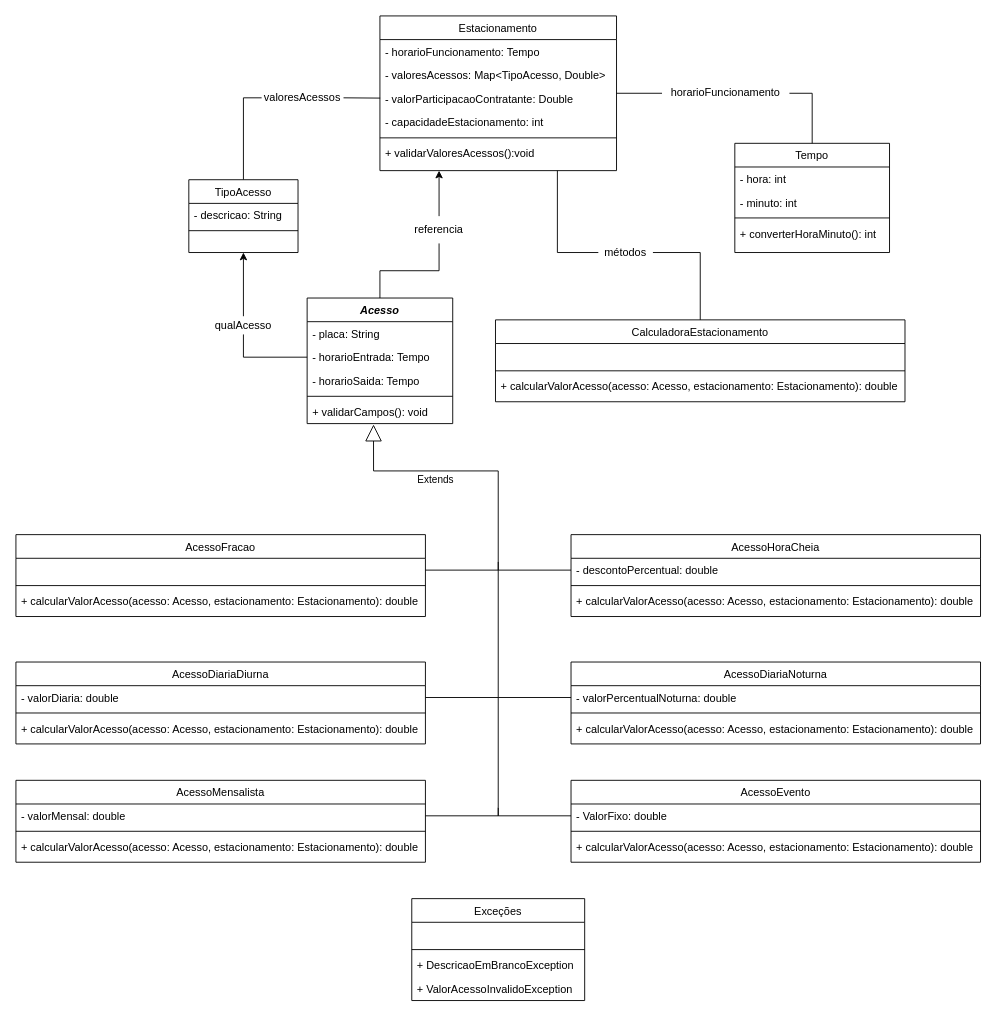
The draw.io diagram Untitled Diagram.drawio in rodwendrel/orientacao-objetos, before the edit. Source tidied: cells renumbered, new cells numbered last; positions are measured from the earlier drawing's top-left corner, leaving out a move shared by most shapes. Both pictures are drawn from the tidied source at 91%, with x=0, y=0 at pixel (15, 15).
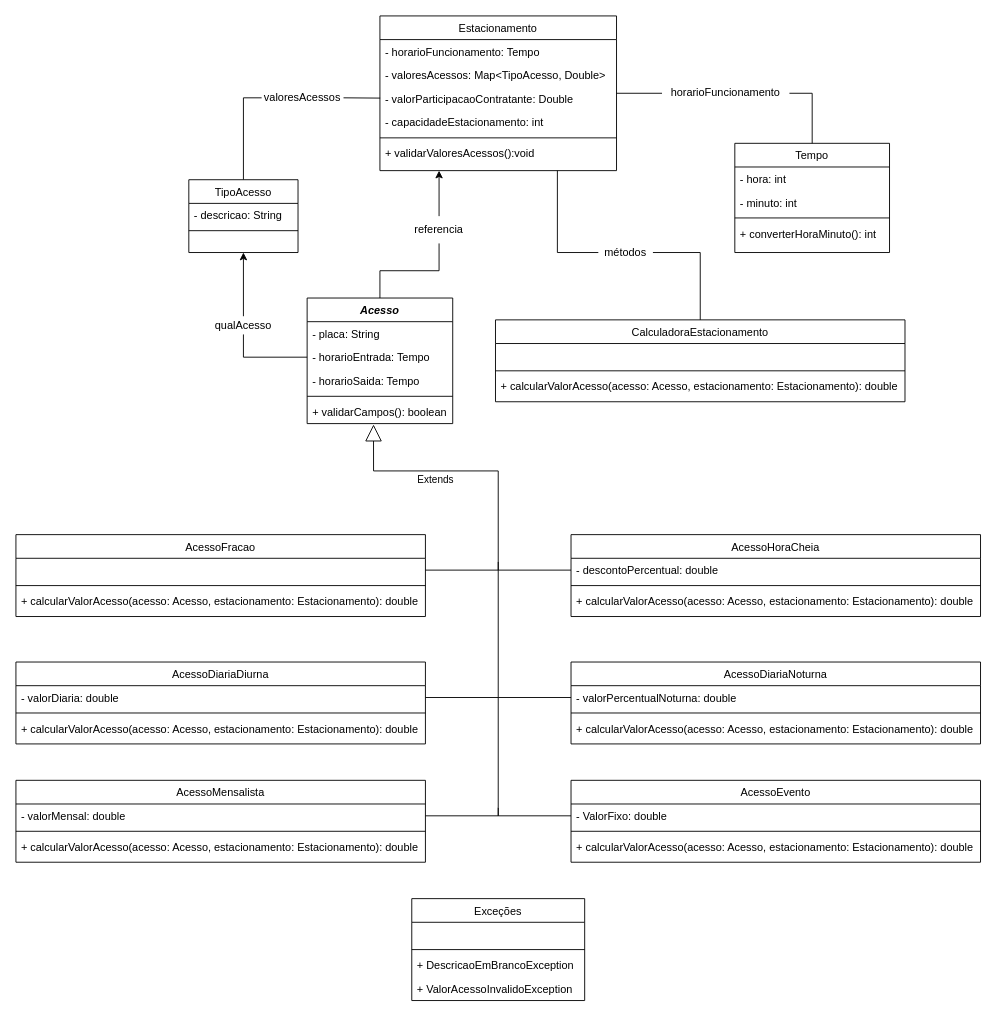
The same page after the edit.

Unchanged cells that the change refers to:
```xml
<mxCell id="9" value="Acesso" style="swimlane;fontStyle=3;align=center;verticalAlign=top;horizontal=1;startSize=26;rounded=0;shadow=0;strokeWidth=1;" parent="1" vertex="1">
  <mxGeometry x="320" y="310" width="160" height="138" as="geometry" />
</mxCell>
```

What changed in the source:
```diff
@@
-    <mxCell id="14" value="+ validarCampos(): void" style="text;align=left;verticalAlign=top;spacingLeft=4;spacingRight=4;overflow=hidden;points=[[0,0.5],[1,0.5]];portConstraint=eastwest;" parent="9" vertex="1">
+    <mxCell id="14" value="+ validarCampos(): boolean" style="text;align=left;verticalAlign=top;spacingLeft=4;spacingRight=4;overflow=hidden;points=[[0,0.5],[1,0.5]];portConstraint=eastwest;" parent="9" vertex="1">
       <mxGeometry y="112" width="160" height="26" as="geometry" />
     </mxCell>
```
